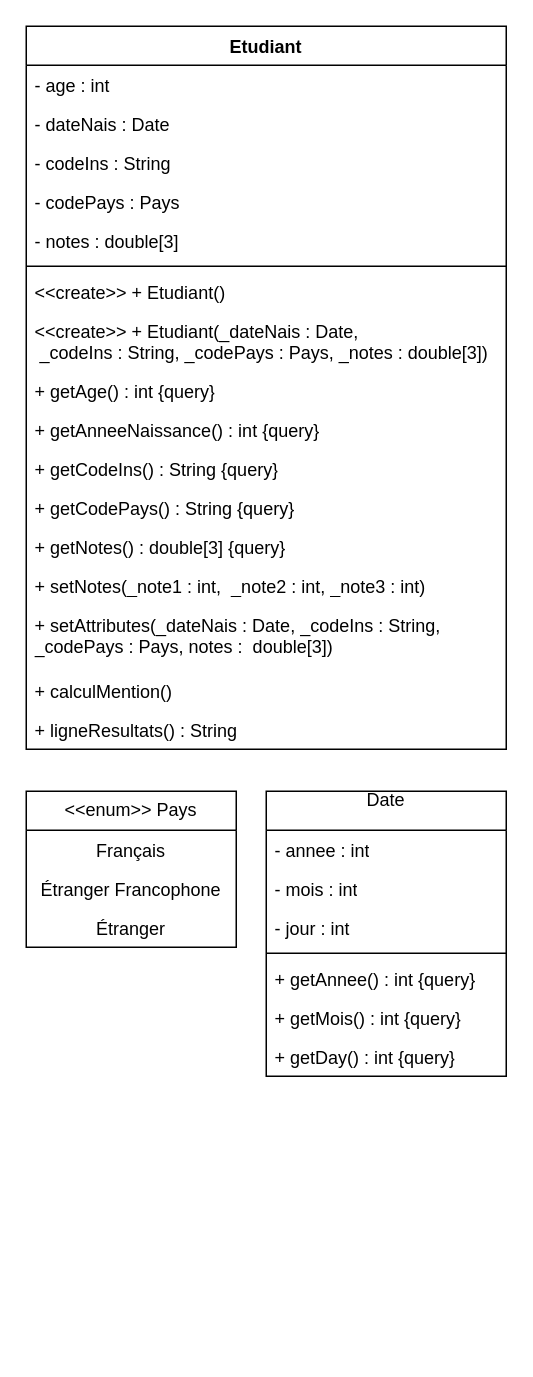
Byxis/HA8403I keeps this draw.io diagram as src/TP2/TD/TD2.drawio. Above is the earlier version. Source tidied: cells renumbered, new cells numbered last; positions are measured from the earlier drawing's top-left corner, leaving out a move shared by most shapes. Both pictures are drawn from the tidied source at 150%, with x=0, y=0 at pixel (26, 26).
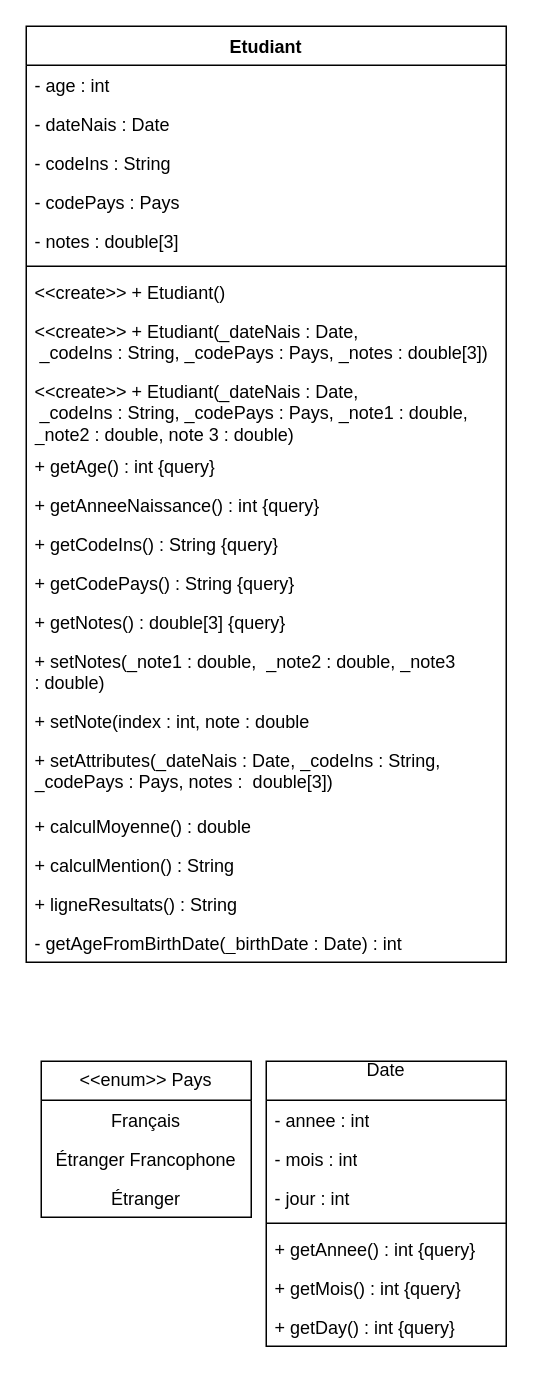
The same diagram, later.

Commit message (it also covers changes not shown here):
Continuation TD 2 + maj drawio

Diff of the diagram source:
```diff
@@
     <mxCell id="2" value="Etudiant" style="swimlane;fontStyle=1;align=center;verticalAlign=top;horizontal=1;startSize=26;whiteSpace=wrap;html=1;" parent="1" vertex="1">
-      <mxGeometry width="320" height="482" as="geometry" />
+      <mxGeometry width="320" height="624" as="geometry" />
     </mxCell>
@@
+    <mxCell id="32" value="&lt;div&gt;&amp;lt;&amp;lt;create&amp;gt;&amp;gt; + Etudiant(_dateNais : Date,&lt;/div&gt;&lt;div&gt;&amp;nbsp;_codeIns : String, _codePays : Pays, _note1 : double, _note2 : double, note 3 : double)&lt;/div&gt;" style="text;align=left;verticalAlign=top;spacingLeft=4;spacingRight=4;overflow=hidden;whiteSpace=wrap;html=1;" parent="2" vertex="1">
+      <mxGeometry y="230" width="320" height="50" as="geometry" />
+    </mxCell>
     <mxCell id="11" value="&lt;div&gt;+ getAge() : int {query}&lt;br&gt;&lt;/div&gt;" style="text;strokeColor=none;fillColor=none;align=left;verticalAlign=top;spacingLeft=4;spacingRight=4;overflow=hidden;whiteSpace=wrap;html=1;" parent="2" vertex="1">
-      <mxGeometry y="230" width="320" height="26" as="geometry" />
+      <mxGeometry y="280" width="320" height="26" as="geometry" />
     </mxCell>
     <mxCell id="12" value="+ getAnneeNaissance() : int {query}" style="text;strokeColor=none;fillColor=none;align=left;verticalAlign=top;spacingLeft=4;spacingRight=4;overflow=hidden;whiteSpace=wrap;html=1;" parent="2" vertex="1">
-      <mxGeometry y="256" width="320" height="26" as="geometry" />
+      <mxGeometry y="306" width="320" height="26" as="geometry" />
     </mxCell>
     <mxCell id="13" value="&lt;div&gt;+ getCodeIns() : String {query}&lt;br&gt;&lt;/div&gt;" style="text;strokeColor=none;fillColor=none;align=left;verticalAlign=top;spacingLeft=4;spacingRight=4;overflow=hidden;whiteSpace=wrap;html=1;" parent="2" vertex="1">
-      <mxGeometry y="282" width="320" height="26" as="geometry" />
+      <mxGeometry y="332" width="320" height="26" as="geometry" />
     </mxCell>
     <mxCell id="14" value="&lt;div&gt;+ getCodePays() : String {query}&lt;br&gt;&lt;/div&gt;" style="text;strokeColor=none;fillColor=none;align=left;verticalAlign=top;spacingLeft=4;spacingRight=4;overflow=hidden;whiteSpace=wrap;html=1;" parent="2" vertex="1">
-      <mxGeometry y="308" width="320" height="26" as="geometry" />
+      <mxGeometry y="358" width="320" height="26" as="geometry" />
     </mxCell>
     <mxCell id="15" value="&lt;div&gt;+ getNotes() : double[3] {query}&lt;br&gt;&lt;/div&gt;" style="text;strokeColor=none;fillColor=none;align=left;verticalAlign=top;spacingLeft=4;spacingRight=4;overflow=hidden;whiteSpace=wrap;html=1;" parent="2" vertex="1">
-      <mxGeometry y="334" width="320" height="26" as="geometry" />
+      <mxGeometry y="384" width="320" height="26" as="geometry" />
     </mxCell>
-    <mxCell id="16" value="+ setNotes(_note1 : int,&amp;nbsp; _note2 : int, _note3 : int)" style="text;strokeColor=none;fillColor=none;align=left;verticalAlign=top;spacingLeft=4;spacingRight=4;overflow=hidden;whiteSpace=wrap;html=1;" parent="2" vertex="1">
-      <mxGeometry y="360" width="320" height="26" as="geometry" />
+    <mxCell id="16" value="+ setNotes(_note1 :&amp;nbsp;double,&amp;nbsp; _note2 :&amp;nbsp;double, _note3 :&amp;nbsp;double)" style="text;strokeColor=none;fillColor=none;align=left;verticalAlign=top;spacingLeft=4;spacingRight=4;overflow=hidden;whiteSpace=wrap;html=1;" parent="2" vertex="1">
+      <mxGeometry y="410" width="320" height="40" as="geometry" />
     </mxCell>
+    <mxCell id="33" value="+ setNote(index : int, note : double" style="text;strokeColor=none;fillColor=none;align=left;verticalAlign=top;spacingLeft=4;spacingRight=4;overflow=hidden;whiteSpace=wrap;html=1;" parent="2" vertex="1">
+      <mxGeometry y="450" width="320" height="26" as="geometry" />
+    </mxCell>
     <mxCell id="17" value="&lt;div&gt;+ setAttributes(_dateNais : Date, _codeIns : String, _codePays :&amp;nbsp;Pays, notes :&amp;nbsp; double[3])&lt;/div&gt;" style="text;strokeColor=none;fillColor=none;align=left;verticalAlign=top;spacingLeft=4;spacingRight=4;overflow=hidden;whiteSpace=wrap;html=1;" parent="2" vertex="1">
-      <mxGeometry y="386" width="320" height="44" as="geometry" />
+      <mxGeometry y="476" width="320" height="44" as="geometry" />
     </mxCell>
+    <mxCell id="34" value="+ calculMoyenne() : double" style="text;strokeColor=none;fillColor=none;align=left;verticalAlign=top;spacingLeft=4;spacingRight=4;overflow=hidden;whiteSpace=wrap;html=1;" parent="2" vertex="1">
+      <mxGeometry y="520" width="320" height="26" as="geometry" />
+    </mxCell>
-    <mxCell id="18" value="+ calculMention()" style="text;strokeColor=none;fillColor=none;align=left;verticalAlign=top;spacingLeft=4;spacingRight=4;overflow=hidden;whiteSpace=wrap;html=1;" parent="2" vertex="1">
-      <mxGeometry y="430" width="320" height="26" as="geometry" />
+    <mxCell id="18" value="+ calculMention() : String" style="text;strokeColor=none;fillColor=none;align=left;verticalAlign=top;spacingLeft=4;spacingRight=4;overflow=hidden;whiteSpace=wrap;html=1;" parent="2" vertex="1">
+      <mxGeometry y="546" width="320" height="26" as="geometry" />
     </mxCell>
     <mxCell id="19" value="+ ligneResultats() : String" style="text;strokeColor=none;fillColor=none;align=left;verticalAlign=top;spacingLeft=4;spacingRight=4;overflow=hidden;whiteSpace=wrap;html=1;" parent="2" vertex="1">
-      <mxGeometry y="456" width="320" height="26" as="geometry" />
+      <mxGeometry y="572" width="320" height="26" as="geometry" />
     </mxCell>
+    <mxCell id="35" value="- getAgeFromBirthDate(_birthDate : Date) : int" style="text;strokeColor=none;fillColor=none;align=left;verticalAlign=top;spacingLeft=4;spacingRight=4;overflow=hidden;whiteSpace=wrap;html=1;" parent="2" vertex="1">
+      <mxGeometry y="598" width="320" height="26" as="geometry" />
+    </mxCell>
     <mxCell id="20" value="&amp;lt;&amp;lt;enum&amp;gt;&amp;gt; Pays" style="swimlane;fontStyle=0;horizontal=1;startSize=26;fillColor=none;whiteSpace=wrap;html=1;" parent="1" vertex="1">
-      <mxGeometry y="510" width="140" height="104" as="geometry" />
+      <mxGeometry x="10" y="690" width="140" height="104" as="geometry" />
     </mxCell>
@@
     <mxCell id="24" value="&lt;div&gt;Date&lt;/div&gt;&lt;div&gt;&lt;br&gt;&lt;/div&gt;" style="swimlane;fontStyle=0;horizontal=1;startSize=26;fillColor=none;whiteSpace=wrap;html=1;" parent="1" vertex="1">
-      <mxGeometry x="160" y="510" width="160" height="190" as="geometry" />
+      <mxGeometry x="160" y="690" width="160" height="190" as="geometry" />
     </mxCell>
```
